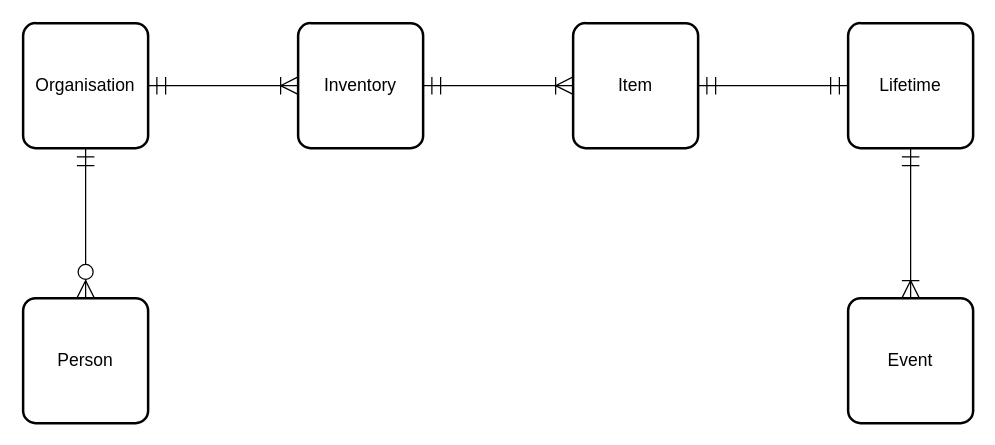
fox-technologies/Resources keeps this draw.io diagram as Database.drawio. Above is the earlier version. Source tidied: cells renumbered, new cells numbered last; positions are measured from the earlier drawing's top-left corner, leaving out a move shared by most shapes. Both pictures are drawn from the tidied source at 125%, with x=0, y=0 at pixel (22, 22).
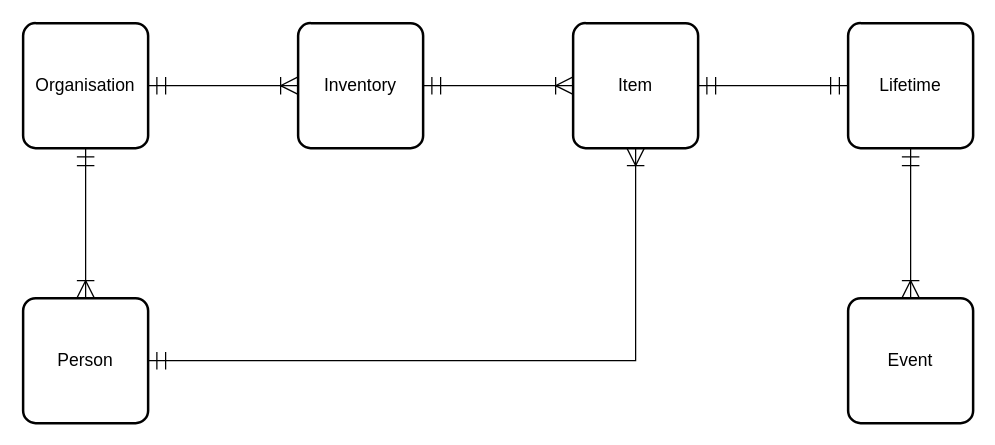
The same diagram, later.

Commit message:
add relationship between person and item

Change to the diagram source:
```diff
@@
 <mxGraphModel>
   <root>
     <mxCell id="0" />
     <mxCell id="1" parent="0" />
     <mxCell id="2" style="edgeStyle=orthogonalEdgeStyle;rounded=0;jettySize=auto;html=1;exitX=1;exitY=0.5;exitDx=0;exitDy=0;entryX=0;entryY=0.5;entryDx=0;entryDy=0;startArrow=ERmandOne;startFill=0;endArrow=ERoneToMany;endFill=0;endSize=12;startSize=12;" parent="1" edge="1" source="3" target="5">
       <mxGeometry relative="1" as="geometry" />
     </mxCell>
     <mxCell id="3" value="Organisation" style="strokeWidth=2;rounded=1;arcSize=10;whiteSpace=wrap;html=1;align=center;fontSize=14;" parent="1" vertex="1">
       <mxGeometry width="100" height="100" as="geometry" />
     </mxCell>
     <mxCell id="4" style="edgeStyle=orthogonalEdgeStyle;rounded=0;jettySize=auto;html=1;exitX=1;exitY=0.5;exitDx=0;exitDy=0;entryX=0;entryY=0.5;entryDx=0;entryDy=0;startArrow=ERmandOne;startFill=0;startSize=12;endArrow=ERoneToMany;endFill=0;endSize=12;" parent="1" edge="1" source="5" target="7">
       <mxGeometry relative="1" as="geometry" />
     </mxCell>
     <mxCell id="5" value="Inventory" style="strokeWidth=2;rounded=1;arcSize=10;whiteSpace=wrap;html=1;align=center;fontSize=14;" parent="1" vertex="1">
       <mxGeometry x="220" width="100" height="100" as="geometry" />
     </mxCell>
     <mxCell id="6" style="edgeStyle=orthogonalEdgeStyle;rounded=0;jettySize=auto;html=1;exitX=1;exitY=0.5;exitDx=0;exitDy=0;entryX=0;entryY=0.5;entryDx=0;entryDy=0;startArrow=ERmandOne;startFill=0;startSize=12;endArrow=ERmandOne;endFill=0;endSize=12;" parent="1" edge="1" source="7" target="9">
       <mxGeometry relative="1" as="geometry" />
     </mxCell>
     <mxCell id="7" value="Item" style="strokeWidth=2;rounded=1;arcSize=10;whiteSpace=wrap;html=1;align=center;fontSize=14;" parent="1" vertex="1">
       <mxGeometry x="440" width="100" height="100" as="geometry" />
     </mxCell>
     <mxCell id="8" style="edgeStyle=orthogonalEdgeStyle;rounded=0;jettySize=auto;html=1;exitX=0.5;exitY=1;exitDx=0;exitDy=0;entryX=0.5;entryY=0;entryDx=0;entryDy=0;startArrow=ERmandOne;startFill=0;startSize=12;endArrow=ERoneToMany;endFill=0;endSize=12;" parent="1" edge="1" source="9" target="10">
       <mxGeometry relative="1" as="geometry" />
     </mxCell>
     <mxCell id="9" value="Lifetime" style="strokeWidth=2;rounded=1;arcSize=10;whiteSpace=wrap;html=1;align=center;fontSize=14;" parent="1" vertex="1">
       <mxGeometry x="660" width="100" height="100" as="geometry" />
     </mxCell>
     <mxCell id="10" value="Event" style="strokeWidth=2;rounded=1;arcSize=10;whiteSpace=wrap;html=1;align=center;fontSize=14;" parent="1" vertex="1">
       <mxGeometry x="660" y="220" width="100" height="100" as="geometry" />
     </mxCell>
-    <mxCell id="11" style="edgeStyle=orthogonalEdgeStyle;rounded=0;jettySize=auto;html=1;exitX=0.5;exitY=0;exitDx=0;exitDy=0;entryX=0.5;entryY=1;entryDx=0;entryDy=0;startArrow=ERzeroToMany;startFill=1;startSize=12;endArrow=ERmandOne;endFill=0;endSize=12;" parent="1" edge="1" source="12" target="3">
+    <mxCell id="11" style="edgeStyle=orthogonalEdgeStyle;rounded=0;jettySize=auto;html=1;exitX=0.5;exitY=0;exitDx=0;exitDy=0;entryX=0.5;entryY=1;entryDx=0;entryDy=0;startArrow=ERoneToMany;startFill=0;startSize=12;endArrow=ERmandOne;endFill=0;endSize=12;" parent="1" edge="1" source="12" target="3">
       <mxGeometry relative="1" as="geometry" />
     </mxCell>
+    <mxCell id="13" style="edgeStyle=orthogonalEdgeStyle;rounded=0;jettySize=auto;html=1;exitX=1;exitY=0.5;exitDx=0;exitDy=0;entryX=0.5;entryY=1;entryDx=0;entryDy=0;endArrow=ERoneToMany;endFill=0;startSize=12;endSize=12;startArrow=ERmandOne;startFill=0;" parent="1" edge="1" source="12" target="7">
+      <mxGeometry relative="1" as="geometry" />
+    </mxCell>
     <mxCell id="12" value="Person" style="strokeWidth=2;rounded=1;arcSize=10;whiteSpace=wrap;html=1;align=center;fontSize=14;" parent="1" vertex="1">
       <mxGeometry y="220" width="100" height="100" as="geometry" />
     </mxCell>
   </root>
 </mxGraphModel>
```
